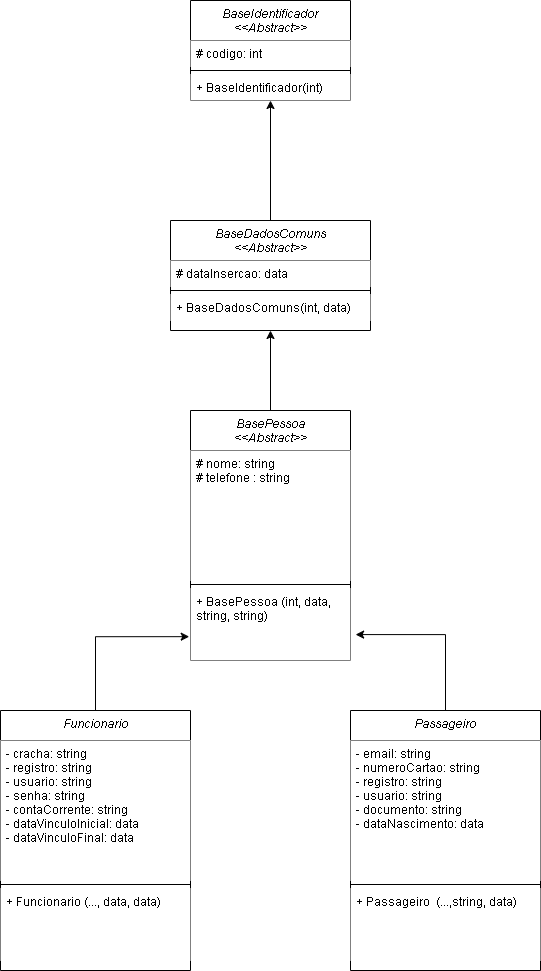
Before: DIAGRAMA ATIVIDADE 04.drawio.png, a diagram exported from draw.io (LipeCoelho21/atividade-04). Source tidied: cells renumbered, new cells last; positions are measured from the earlier drawing's top-left corner, leaving out a move shared by most shapes.
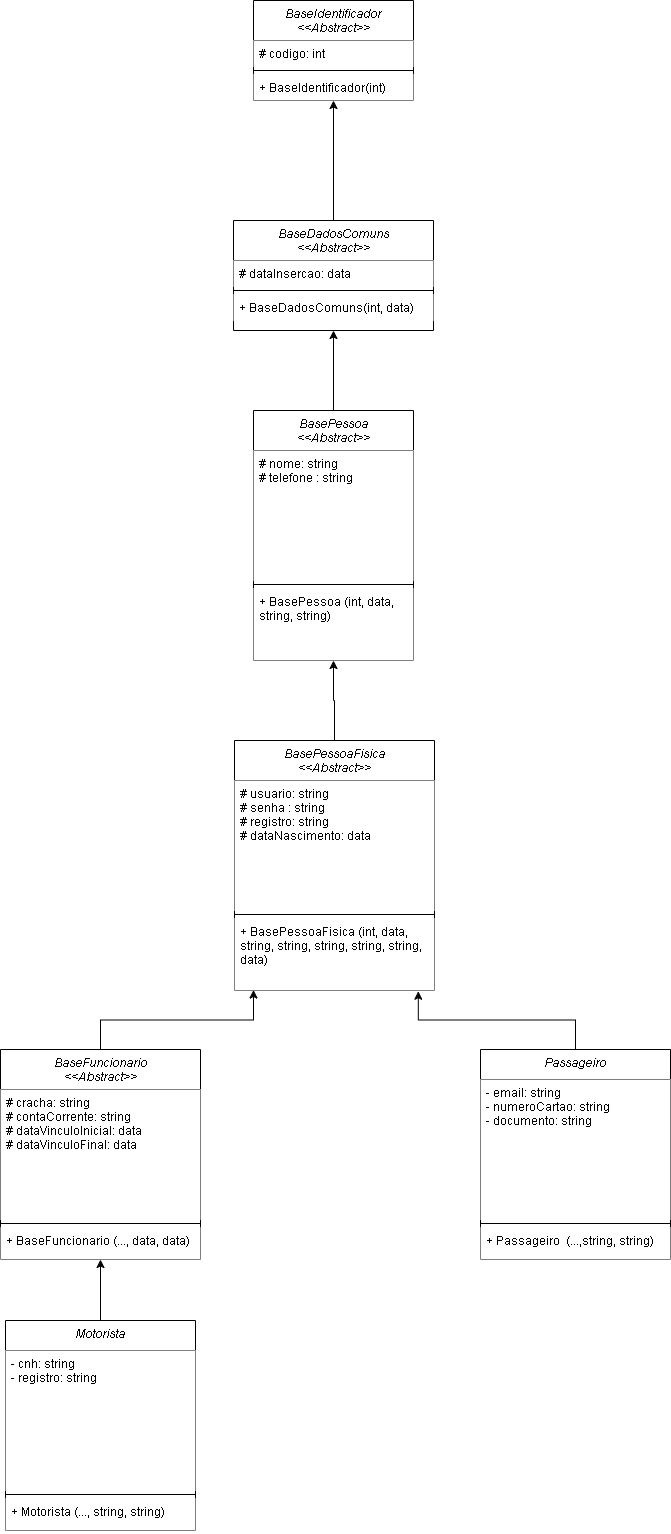
After the commit.

What changed in the source:
```diff
@@ -44,35 +44,65 @@
     <mxCell id="15" value="+ BasePessoa (int, data, &#10;string, string)" style="text;align=left;verticalAlign=top;spacingLeft=4;spacingRight=4;overflow=hidden;points=[[0,0.5],[1,0.5]];portConstraint=eastwest;fillColor=default;" parent="12" vertex="1">
       <mxGeometry y="178" width="160" height="72" as="geometry" />
     </mxCell>
-    <mxCell id="16" style="edgeStyle=orthogonalEdgeStyle;rounded=0;jettySize=auto;html=1;exitX=0.5;exitY=0;exitDx=0;exitDy=0;entryX=-0.008;entryY=0.669;entryDx=0;entryDy=0;entryPerimeter=0;" parent="1" edge="1" source="17" target="15">
-      <mxGeometry relative="1" as="geometry" />
-    </mxCell>
+    <mxCell id="26" style="edgeStyle=orthogonalEdgeStyle;rounded=0;jettySize=auto;html=1;exitX=0.5;exitY=0;exitDx=0;exitDy=0;entryX=0.5;entryY=1;entryDx=0;entryDy=0;" parent="1" edge="1" source="17" target="34">
+      <mxGeometry relative="1" as="geometry" />
+    </mxCell>
-    <mxCell id="17" value="Funcionario" style="swimlane;fontStyle=2;align=center;verticalAlign=top;horizontal=1;startSize=30;rounded=0;shadow=0;strokeWidth=1;" parent="1" vertex="1">
-      <mxGeometry y="710" width="190" height="260" as="geometry" />
+    <mxCell id="17" value="Motorista" style="swimlane;fontStyle=2;align=center;verticalAlign=top;horizontal=1;startSize=30;rounded=0;shadow=0;strokeWidth=1;" parent="1" vertex="1">
+      <mxGeometry x="-58" y="1320" width="190" height="210" as="geometry" />
     </mxCell>
-    <mxCell id="18" value="- cracha: string&#10;- registro: string&#10;- usuario: string&#10;- senha: string&#10;- contaCorrente: string&#10;- dataVinculoInicial: data&#10;- dataVinculoFinal: data&#10;" style="text;align=left;verticalAlign=top;spacingLeft=4;spacingRight=4;overflow=hidden;fillColor=default;" parent="17" vertex="1">
+    <mxCell id="18" value="- cnh: string&#10;- registro: string" style="text;align=left;verticalAlign=top;spacingLeft=4;spacingRight=4;overflow=hidden;fillColor=default;" parent="17" vertex="1">
       <mxGeometry y="30" width="190" height="140" as="geometry" />
     </mxCell>
     <mxCell id="19" style="line;html=1;strokeWidth=1;align=left;verticalAlign=middle;spacingTop=-1;spacingLeft=3;spacingRight=3;labelPosition=right;" parent="17" vertex="1">
       <mxGeometry y="170" width="190" height="8" as="geometry" />
     </mxCell>
-    <mxCell id="20" value="+ Funcionario (..., data, data)" style="text;align=left;verticalAlign=top;spacingLeft=4;spacingRight=4;overflow=hidden;fillColor=default;fillStyle=auto;" parent="17" vertex="1">
-      <mxGeometry y="178" width="190" height="72" as="geometry" />
+    <mxCell id="20" value="+ Motorista (..., string, string)" style="text;align=left;verticalAlign=top;spacingLeft=4;spacingRight=4;overflow=hidden;fillColor=default;fillStyle=auto;" parent="17" vertex="1">
+      <mxGeometry y="178" width="190" height="32" as="geometry" />
     </mxCell>
-    <mxCell id="21" style="edgeStyle=orthogonalEdgeStyle;rounded=0;jettySize=auto;html=1;entryX=1.032;entryY=0.64;entryDx=0;entryDy=0;entryPerimeter=0;" parent="1" edge="1" source="22" target="15">
-      <mxGeometry relative="1" as="geometry" />
-    </mxCell>
+    <mxCell id="27" style="edgeStyle=orthogonalEdgeStyle;rounded=0;jettySize=auto;html=1;exitX=0.5;exitY=0;exitDx=0;exitDy=0;entryX=0.919;entryY=1.01;entryDx=0;entryDy=0;entryPerimeter=0;" parent="1" edge="1" source="22" target="32">
+      <mxGeometry relative="1" as="geometry" />
+    </mxCell>
     <mxCell id="22" value="Passageiro" style="swimlane;fontStyle=2;align=center;verticalAlign=top;horizontal=1;startSize=30;rounded=0;shadow=0;strokeWidth=1;" parent="1" vertex="1">
-      <mxGeometry x="350" y="710" width="190" height="260" as="geometry" />
+      <mxGeometry x="417" y="1049" width="190" height="210" as="geometry" />
     </mxCell>
-    <mxCell id="23" value="- email: string&#10;- numeroCartao: string&#10;- registro: string&#10;- usuario: string&#10;- documento: string&#10;- dataNascimento: data&#10;" style="text;align=left;verticalAlign=top;spacingLeft=4;spacingRight=4;overflow=hidden;fillColor=default;" parent="22" vertex="1">
+    <mxCell id="23" value="- email: string&#10;- numeroCartao: string&#10;- documento: string&#10;&#10;" style="text;align=left;verticalAlign=top;spacingLeft=4;spacingRight=4;overflow=hidden;fillColor=default;" parent="22" vertex="1">
       <mxGeometry y="30" width="190" height="140" as="geometry" />
     </mxCell>
     <mxCell id="24" style="line;html=1;strokeWidth=1;align=left;verticalAlign=middle;spacingTop=-1;spacingLeft=3;spacingRight=3;labelPosition=right;" parent="22" vertex="1">
       <mxGeometry y="170" width="190" height="8" as="geometry" />
     </mxCell>
-    <mxCell id="25" value="+ Passageiro  (...,string, data)" style="text;align=left;verticalAlign=top;spacingLeft=4;spacingRight=4;overflow=hidden;fillColor=default;" parent="22" vertex="1">
-      <mxGeometry y="178" width="190" height="72" as="geometry" />
+    <mxCell id="25" value="+ Passageiro  (...,string, string)" style="text;align=left;verticalAlign=top;spacingLeft=4;spacingRight=4;overflow=hidden;fillColor=default;" parent="22" vertex="1">
+      <mxGeometry y="178" width="190" height="32" as="geometry" />
     </mxCell>
+    <mxCell id="28" style="edgeStyle=orthogonalEdgeStyle;rounded=0;jettySize=auto;html=1;exitX=0.5;exitY=0;exitDx=0;exitDy=0;entryX=0.5;entryY=1;entryDx=0;entryDy=0;" parent="1" edge="1" source="29" target="12">
+      <mxGeometry relative="1" as="geometry" />
+    </mxCell>
+    <mxCell id="29" value="BasePessoaFisica&#10;&lt;&lt;Abstract&gt;&gt;" style="swimlane;fontStyle=2;align=center;verticalAlign=top;horizontal=1;startSize=40;rounded=0;shadow=0;strokeWidth=1;" parent="1" vertex="1">
+      <mxGeometry x="171" y="740" width="200" height="250" as="geometry" />
+    </mxCell>
+    <mxCell id="30" value="# usuario: string&#10;# senha : string&#10;# registro: string&#10;# dataNascimento: data&#10;" style="text;align=left;verticalAlign=top;spacingLeft=4;spacingRight=4;overflow=hidden;fillColor=default;" parent="29" vertex="1">
+      <mxGeometry y="40" width="200" height="130" as="geometry" />
+    </mxCell>
+    <mxCell id="31" style="line;html=1;strokeWidth=1;align=left;verticalAlign=middle;spacingTop=-1;spacingLeft=3;spacingRight=3;labelPosition=right;" parent="29" vertex="1">
+      <mxGeometry y="170" width="200" height="8" as="geometry" />
+    </mxCell>
+    <mxCell id="32" value="+ BasePessoaFisica (int, data, &#10;string, string, string, string, string,&#10;data)" style="text;align=left;verticalAlign=top;spacingLeft=4;spacingRight=4;overflow=hidden;points=[[0,0.5],[1,0.5]];portConstraint=eastwest;fillColor=default;" parent="29" vertex="1">
+      <mxGeometry y="178" width="200" height="72" as="geometry" />
+    </mxCell>
+    <mxCell id="33" style="edgeStyle=orthogonalEdgeStyle;rounded=0;jettySize=auto;html=1;entryX=0.095;entryY=0.993;entryDx=0;entryDy=0;entryPerimeter=0;" parent="1" edge="1" source="34" target="32">
+      <mxGeometry relative="1" as="geometry" />
+    </mxCell>
+    <mxCell id="34" value="BaseFuncionario&#10;&lt;&lt;Abstract&gt;&gt;" style="swimlane;fontStyle=2;align=center;verticalAlign=top;horizontal=1;startSize=40;rounded=0;shadow=0;strokeWidth=1;" parent="1" vertex="1">
+      <mxGeometry x="-63" y="1049" width="200" height="210" as="geometry" />
+    </mxCell>
+    <mxCell id="35" value="# cracha: string&#10;# contaCorrente: string&#10;# dataVinculoInicial: data&#10;# dataVinculoFinal: data&#10;" style="text;align=left;verticalAlign=top;spacingLeft=4;spacingRight=4;overflow=hidden;fillColor=default;" parent="34" vertex="1">
+      <mxGeometry y="40" width="200" height="130" as="geometry" />
+    </mxCell>
+    <mxCell id="36" style="line;html=1;strokeWidth=1;align=left;verticalAlign=middle;spacingTop=-1;spacingLeft=3;spacingRight=3;labelPosition=right;" parent="34" vertex="1">
+      <mxGeometry y="170" width="200" height="8" as="geometry" />
+    </mxCell>
+    <mxCell id="37" value="+ BaseFuncionario (..., data, data)" style="text;align=left;verticalAlign=top;spacingLeft=4;spacingRight=4;overflow=hidden;fillColor=default;" parent="34" vertex="1">
+      <mxGeometry y="178" width="200" height="32" as="geometry" />
+    </mxCell>
   </root>
 </mxGraphModel>
```
